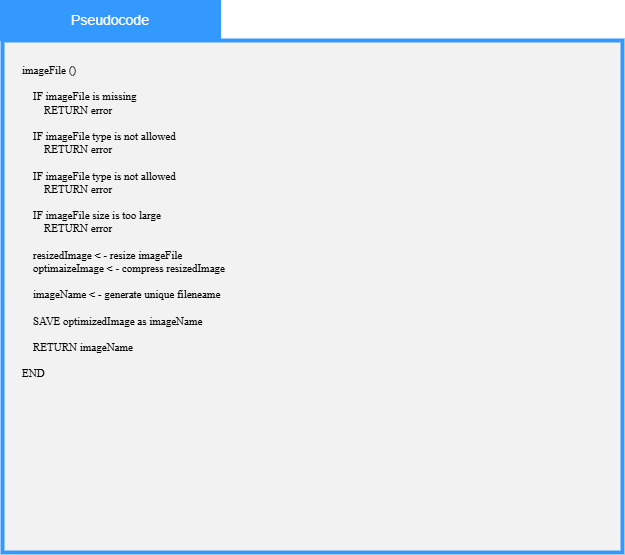
The draw.io diagram 03_Team_Work/Team4/Milestone_5_Algorithms/Working/KU_M5_Pseudocode_1.6.2_processImage_v01.png in JmmonJeremy/CareerBound-SDD, before a commit. Source tidied: cells renumbered, new cells last; positions are measured from the earlier drawing's top-left corner, leaving out a move shared by most shapes. Source of this version:
```xml
<mxGraphModel>
  <root>
    <mxCell id="0" />
    <mxCell id="1" parent="0" />
    <mxCell id="2" style="whiteSpace=wrap;html=1;fillColor=#F2F2F2;strokeWidth=4;strokeColor=#3399FF;align=left;" parent="1" vertex="1">
      <mxGeometry x="2" y="40" width="620" height="512" as="geometry" />
    </mxCell>
    <mxCell id="3" value="&lt;font face=&quot;Arial&quot; style=&quot;color: rgb(255, 255, 255); font-size: 14px;&quot;&gt;Pseudocode&lt;/font&gt;" style="rounded=0;whiteSpace=wrap;html=1;strokeColor=#3399FF;fillColor=#3399FF;" parent="1" vertex="1">
      <mxGeometry width="220" height="40" as="geometry" />
    </mxCell>
    <mxCell id="4" value="imageFile ()    &#10;&#10;    IF imageFile is missing&#10;        RETURN error    &#10;&#10;    IF imageFile type is not allowed&#10;        RETURN error    &#10;&#10;    IF imageFile type is not allowed&#10;        RETURN error    &#10;&#10;    IF imageFile size is too large&#10;        RETURN error&#10;&#10;    resizedImage &lt; - resize imageFile    &#10;    optimaizeImage &lt; - compress resizedImage&#10;&#10;    imageName &lt; - generate unique fileneame&#10;&#10;    SAVE optimizedImage as imageName&#10;&#10;    RETURN imageName&#10;&#10;END&#10;&#10;" style="text;whiteSpace=wrap;overflow=hidden;rounded=0;align=left;fontSize=11;fontFamily=Times New Roman;" parent="1" vertex="1">
      <mxGeometry x="20" y="57" width="589" height="483" as="geometry" />
    </mxCell>
  </root>
</mxGraphModel>
```
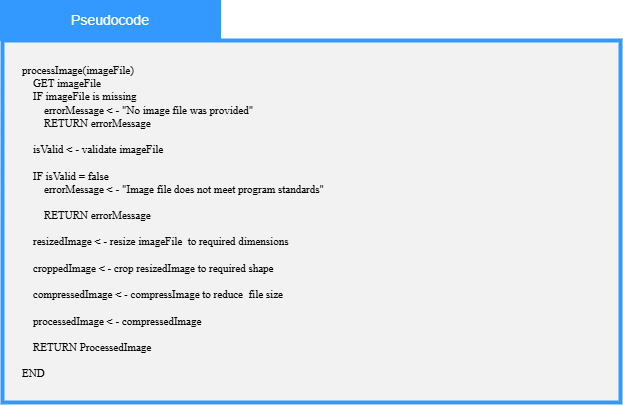
The same file after the commit.

What changed in the source:
```diff
@@ -3,13 +3,13 @@
     <mxCell id="0" />
     <mxCell id="1" parent="0" />
     <mxCell id="2" style="whiteSpace=wrap;html=1;fillColor=#F2F2F2;strokeWidth=4;strokeColor=#3399FF;align=left;" parent="1" vertex="1">
-      <mxGeometry x="2" y="40" width="620" height="512" as="geometry" />
+      <mxGeometry x="2" y="40" width="618" height="362" as="geometry" />
     </mxCell>
     <mxCell id="3" value="&lt;font face=&quot;Arial&quot; style=&quot;color: rgb(255, 255, 255); font-size: 14px;&quot;&gt;Pseudocode&lt;/font&gt;" style="rounded=0;whiteSpace=wrap;html=1;strokeColor=#3399FF;fillColor=#3399FF;" parent="1" vertex="1">
       <mxGeometry width="220" height="40" as="geometry" />
     </mxCell>
-    <mxCell id="4" value="imageFile ()    &#10;&#10;    IF imageFile is missing&#10;        RETURN error    &#10;&#10;    IF imageFile type is not allowed&#10;        RETURN error    &#10;&#10;    IF imageFile type is not allowed&#10;        RETURN error    &#10;&#10;    IF imageFile size is too large&#10;        RETURN error&#10;&#10;    resizedImage &lt; - resize imageFile    &#10;    optimaizeImage &lt; - compress resizedImage&#10;&#10;    imageName &lt; - generate unique fileneame&#10;&#10;    SAVE optimizedImage as imageName&#10;&#10;    RETURN imageName&#10;&#10;END&#10;&#10;" style="text;whiteSpace=wrap;overflow=hidden;rounded=0;align=left;fontSize=11;fontFamily=Times New Roman;" parent="1" vertex="1">
-      <mxGeometry x="20" y="57" width="589" height="483" as="geometry" />
+    <mxCell id="4" value="processImage(imageFile)    &#10;    GET imageFile&#10;    IF imageFile is missing&#10;        errorMessage &lt; - &quot;No image file was provided&quot;&#10;        RETURN errorMessage&#10;    &#10;    isValid &lt; - validate imageFile&#10;&#10;    IF isValid = false&#10;        errorMessage &lt; - &quot;Image file does not meet program standards&quot;&#10;&#10;        RETURN errorMessage  &#10;&#10;    resizedImage &lt; - resize imageFile  to required dimensions  &#10;    &#10;    croppedImage &lt; -  crop resizedImage to required shape&#10;&#10;    compressedImage &lt; - compressImage to reduce  file size&#10;&#10;    processedImage &lt; - compressedImage&#10;&#10;    RETURN ProcessedImage&#10;&#10;END&#10;&#10;" style="text;whiteSpace=wrap;overflow=hidden;rounded=0;align=left;fontSize=11;fontFamily=Times New Roman;" parent="1" vertex="1">
+      <mxGeometry x="20" y="57" width="565" height="327" as="geometry" />
     </mxCell>
   </root>
 </mxGraphModel>
```
